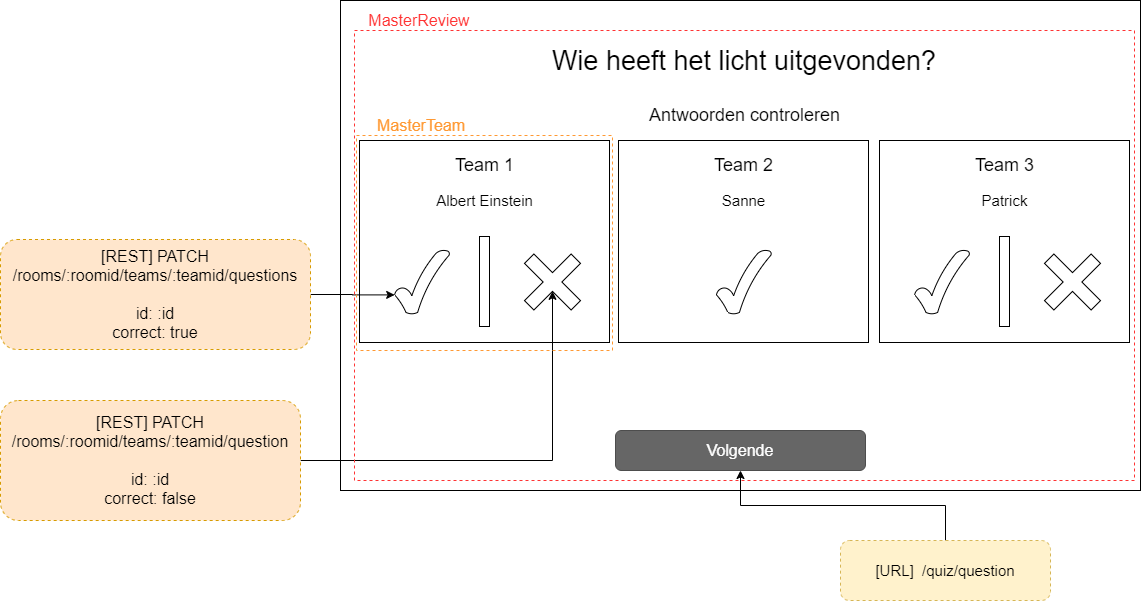
Earlier version of the draw.io export Software Guidebook/wireframes/wireframes-Master (review answers).png (Patrickroelofs/HANICA-DWA-Quizzer). Source tidied: cells renumbered, new cells last; positions are measured from the earlier drawing's top-left corner, leaving out a move shared by most shapes.
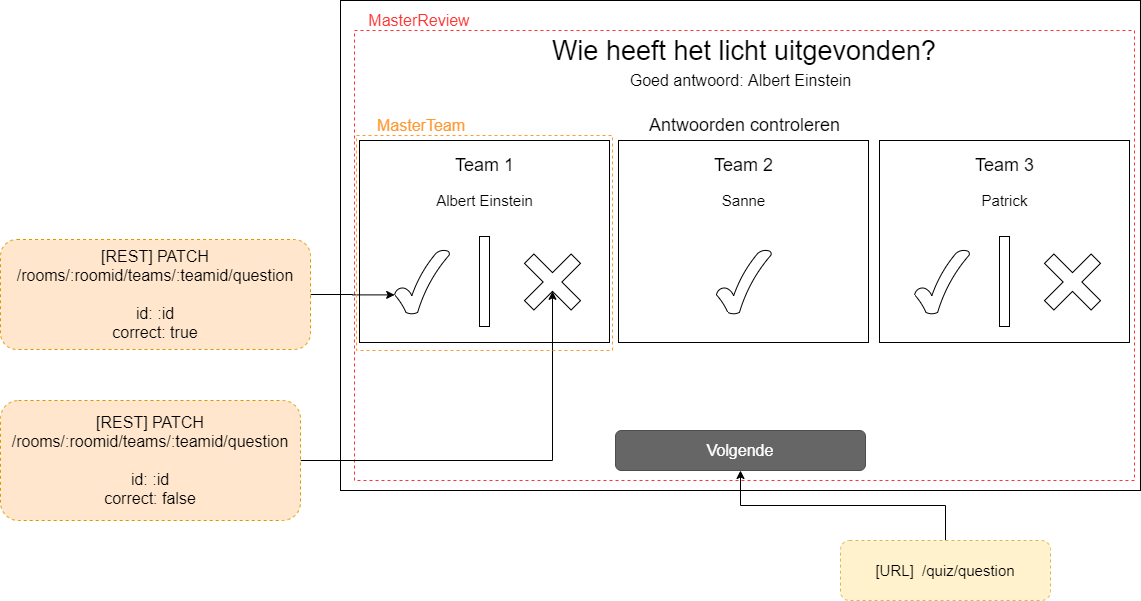
Above is the later version.

Commit message:
update software guidebook with rest methods&Websockets

Change to the diagram source:
```diff
@@ -5,8 +5,11 @@
     <mxCell id="2" value="l" style="rounded=0;whiteSpace=wrap;html=1;strokeColor=#000000;fillColor=#ffffff;fontSize=20;" parent="1" vertex="1">
       <mxGeometry x="340" width="800" height="490" as="geometry" />
     </mxCell>
+    <mxCell id="31" style="rounded=0;whiteSpace=wrap;html=1;dashed=1;labelBackgroundColor=none;strokeColor=#FF3333;fillColor=none;fontSize=16;fontColor=#FF3333;align=center;" parent="1" vertex="1">
+      <mxGeometry x="354" y="30" width="780" height="450" as="geometry" />
+    </mxCell>
     <mxCell id="3" value="&lt;font style=&quot;font-size: 18px&quot;&gt;Antwoorden controleren&lt;/font&gt;" style="text;html=1;align=center;verticalAlign=middle;fillColor=none;strokeColor=none;rounded=0;fontSize=18;" parent="1" vertex="1">
-      <mxGeometry x="639" y="100" width="210" height="30" as="geometry" />
+      <mxGeometry x="639" y="110" width="210" height="30" as="geometry" />
     </mxCell>
     <mxCell id="4" value="&lt;font style=&quot;font-size: 16px&quot;&gt;Volgende&lt;/font&gt;" style="rounded=1;html=1;shadow=0;dashed=0;whiteSpace=wrap;fontSize=10;fillColor=#666666;align=center;strokeColor=#4D4D4D;fontColor=#ffffff;" parent="1" vertex="1">
       <mxGeometry x="615" y="430" width="250" height="40" as="geometry" />
@@ -69,12 +72,12 @@
       <mxGeometry x="969" y="150" width="70" height="30" as="geometry" />
     </mxCell>
     <mxCell id="24" value="&lt;span style=&quot;font-size: 27px;&quot;&gt;Wie heeft het licht uitgevonden?&lt;/span&gt;" style="text;html=1;strokeColor=none;fillColor=none;align=center;verticalAlign=middle;whiteSpace=wrap;rounded=0;fontSize=27;" parent="1" vertex="1">
-      <mxGeometry x="544" y="50" width="400" height="20" as="geometry" />
+      <mxGeometry x="544" y="40" width="400" height="20" as="geometry" />
     </mxCell>
     <mxCell id="25" style="edgeStyle=orthogonalEdgeStyle;rounded=0;jettySize=auto;html=1;entryX=0;entryY=0.7;entryDx=0;entryDy=0;entryPerimeter=0;fontSize=16;fontColor=#FF9933;" parent="1" edge="1" source="26" target="7">
       <mxGeometry relative="1" as="geometry" />
     </mxCell>
-    <mxCell id="26" value="[REST] PATCH&lt;br&gt;/rooms/:roomid/teams/:teamid/questions&lt;br&gt;&lt;br&gt;id: :id&lt;br&gt;correct: true" style="rounded=1;whiteSpace=wrap;html=1;dashed=1;labelBackgroundColor=none;strokeColor=#d79b00;fillColor=#ffe6cc;fontSize=16;align=center;perimeterSpacing=0;" parent="1" vertex="1">
+    <mxCell id="26" value="[REST] PATCH&lt;br&gt;/rooms/:roomid/teams/:teamid/question&lt;br&gt;&lt;br&gt;id: :id&lt;br&gt;correct: true" style="rounded=1;whiteSpace=wrap;html=1;dashed=1;labelBackgroundColor=none;strokeColor=#d79b00;fillColor=#ffe6cc;fontSize=16;align=center;perimeterSpacing=0;" parent="1" vertex="1">
       <mxGeometry y="239" width="310" height="110" as="geometry" />
     </mxCell>
     <mxCell id="27" style="edgeStyle=orthogonalEdgeStyle;rounded=0;jettySize=auto;html=1;entryX=0;entryY=0;entryDx=39.6;entryDy=39.6;entryPerimeter=0;fontSize=16;fontColor=#FF9933;" parent="1" edge="1" source="28" target="8">
@@ -89,9 +92,6 @@
     <mxCell id="30" value="&lt;span style=&quot;font-size: 15px&quot;&gt;[URL]&amp;nbsp; /quiz/&lt;/span&gt;&lt;span style=&quot;font-size: 15px&quot;&gt;question&lt;/span&gt;" style="rounded=1;whiteSpace=wrap;html=1;dashed=1;labelBackgroundColor=none;strokeColor=#d6b656;fillColor=#fff2cc;fontSize=16;align=center;" parent="1" vertex="1">
       <mxGeometry x="840" y="540" width="210" height="60" as="geometry" />
     </mxCell>
-    <mxCell id="31" style="rounded=0;whiteSpace=wrap;html=1;dashed=1;labelBackgroundColor=none;strokeColor=#FF3333;fillColor=none;fontSize=16;fontColor=#FF3333;align=center;" parent="1" vertex="1">
-      <mxGeometry x="354" y="30" width="780" height="450" as="geometry" />
-    </mxCell>
     <mxCell id="32" value="&lt;font&gt;MasterReview&lt;/font&gt;" style="text;html=1;strokeColor=none;fillColor=none;align=center;verticalAlign=middle;whiteSpace=wrap;rounded=0;dashed=1;labelBackgroundColor=none;fontSize=16;fontColor=#FF3333;" parent="1" vertex="1">
       <mxGeometry x="354" y="10" width="130" height="20" as="geometry" />
     </mxCell>
@@ -101,5 +101,8 @@
     <mxCell id="34" value="&lt;font color=&quot;#ff9933&quot;&gt;MasterTeam&lt;/font&gt;" style="text;html=1;strokeColor=none;fillColor=none;align=center;verticalAlign=middle;whiteSpace=wrap;rounded=0;dashed=1;labelBackgroundColor=none;fontSize=16;fontColor=#FF3333;" parent="1" vertex="1">
       <mxGeometry x="356" y="115" width="130" height="20" as="geometry" />
     </mxCell>
+    <mxCell id="35" value="&lt;font color=&quot;#000000&quot;&gt;Goed antwoord: Albert Einstein&lt;/font&gt;" style="text;html=1;align=center;verticalAlign=middle;fillColor=none;strokeColor=none;rounded=0;dashed=1;labelBackgroundColor=none;fontSize=16;fontColor=#FF3333;" parent="1" vertex="1">
+      <mxGeometry x="620" y="70" width="240" height="20" as="geometry" />
+    </mxCell>
   </root>
 </mxGraphModel>
```
